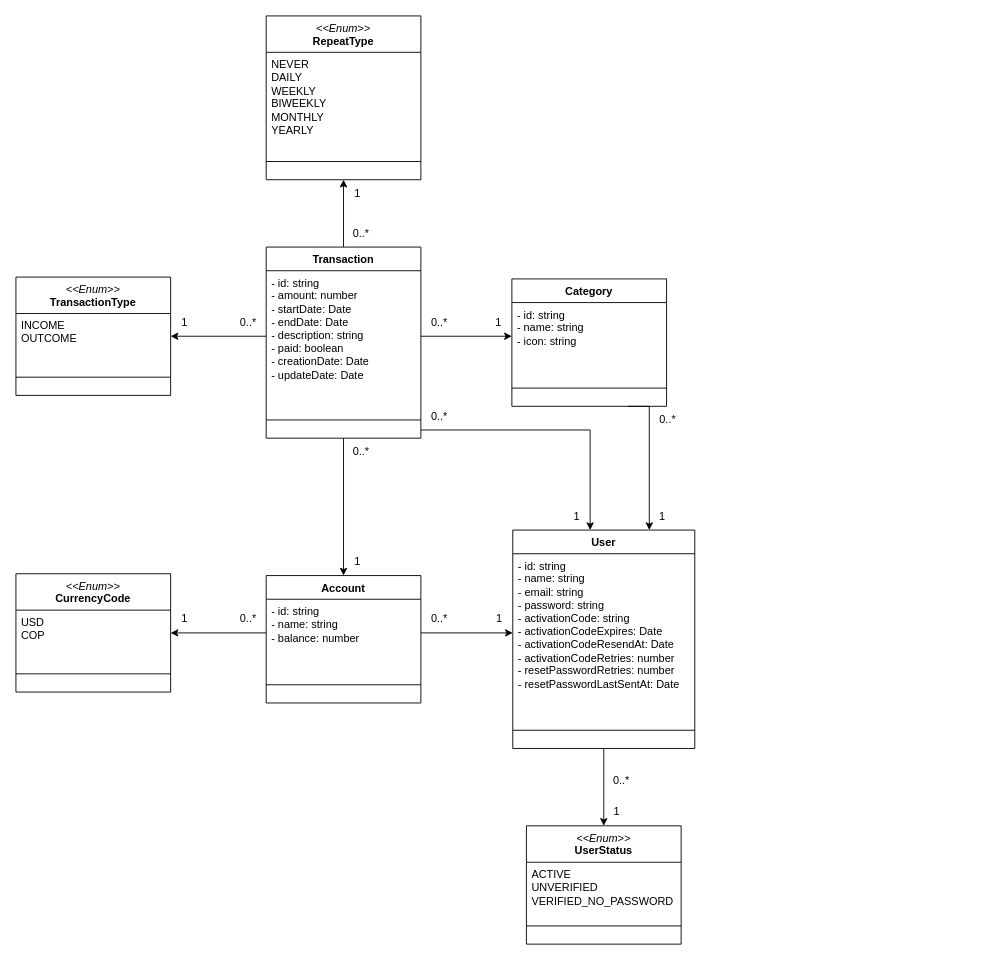
Earlier version of the draw.io diagram docs/budget.drawio (acastillo9/budget-api). Source tidied: cells renumbered, new cells numbered last; positions are measured from the earlier drawing's top-left corner, leaving out a move shared by most shapes. Both pictures are drawn from the tidied source at 91%, with x=0, y=0 at pixel (15, 15).
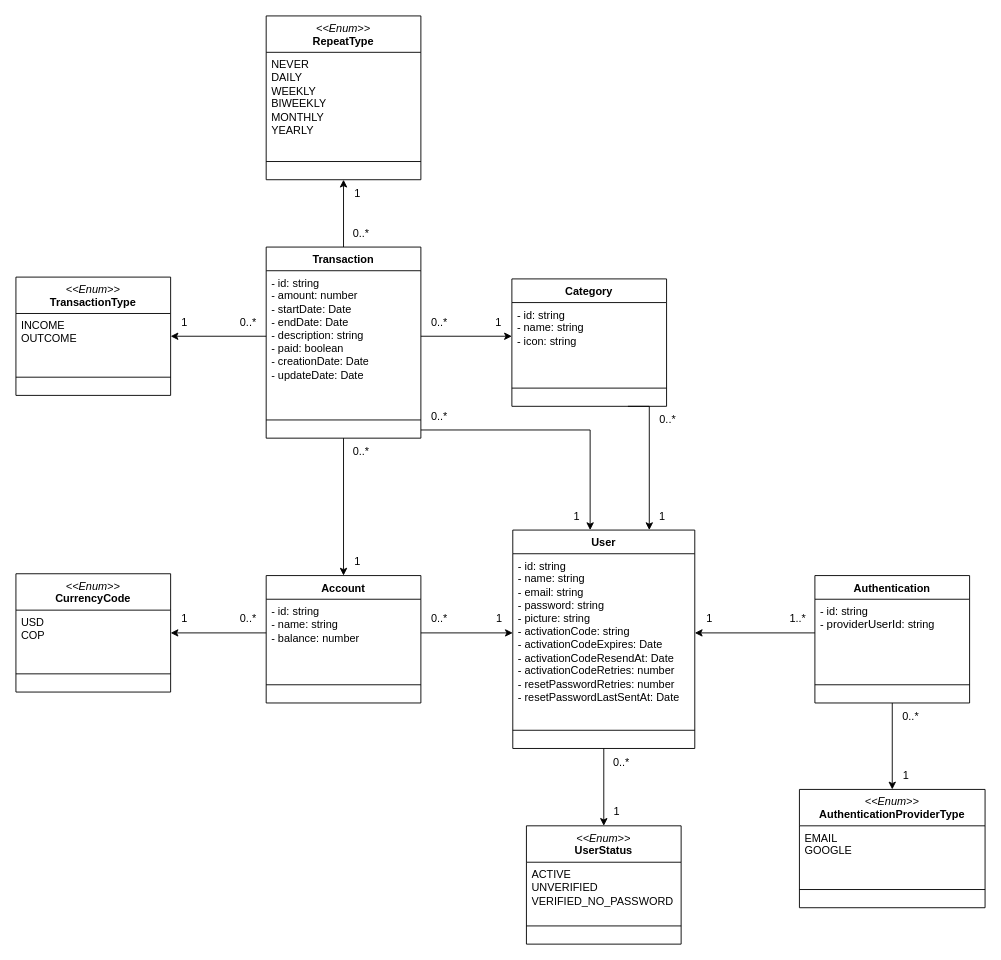
The same page after the edit.

The change refers to these unchanged cells:
```xml
<mxCell id="36" value="User" style="swimlane;fontStyle=1;align=center;verticalAlign=top;horizontal=1;startSize=26;whiteSpace=wrap;html=1;" parent="1" vertex="1">
  <mxGeometry x="546" y="565" width="200" height="240" as="geometry" />
</mxCell>
```

What changed in the source:
```diff
@@
-    <mxCell id="37" value="- id: string&lt;div&gt;- name: string&lt;br&gt;&lt;div&gt;- email: string&lt;/div&gt;&lt;div&gt;- password: string&lt;/div&gt;&lt;/div&gt;&lt;div&gt;- activationCode: string&lt;/div&gt;&lt;div&gt;- activationCodeExpires: Date&lt;/div&gt;&lt;div&gt;- activationCodeResendAt: Date&lt;/div&gt;&lt;div&gt;- activationCodeRetries: number&lt;/div&gt;&lt;div&gt;- resetPasswordRetries: number&lt;/div&gt;&lt;div&gt;-&amp;nbsp;resetPasswordLastSentAt: Date&lt;/div&gt;" style="text;strokeColor=none;fillColor=none;align=left;verticalAlign=top;spacingLeft=4;spacingRight=4;overflow=hidden;points=[[0,0.5],[1,0.5]];portConstraint=eastwest;whiteSpace=wrap;html=1;" parent="36" vertex="1">
+    <mxCell id="37" value="- id: string&lt;div&gt;- name: string&lt;br&gt;&lt;div&gt;- email: string&lt;/div&gt;&lt;div&gt;- password: string&lt;/div&gt;&lt;/div&gt;&lt;div&gt;- picture: string&lt;/div&gt;&lt;div&gt;- activationCode: string&lt;/div&gt;&lt;div&gt;- activationCodeExpires: Date&lt;/div&gt;&lt;div&gt;- activationCodeResendAt: Date&lt;/div&gt;&lt;div&gt;- activationCodeRetries: number&lt;/div&gt;&lt;div&gt;- resetPasswordRetries: number&lt;/div&gt;&lt;div&gt;-&amp;nbsp;resetPasswordLastSentAt: Date&lt;/div&gt;" style="text;strokeColor=none;fillColor=none;align=left;verticalAlign=top;spacingLeft=4;spacingRight=4;overflow=hidden;points=[[0,0.5],[1,0.5]];portConstraint=eastwest;whiteSpace=wrap;html=1;" parent="36" vertex="1">
       <mxGeometry y="26" width="200" height="174" as="geometry" />
     </mxCell>
@@
     <mxCell id="50" value="0..*" style="text;html=1;align=center;verticalAlign=middle;strokeColor=none;fillColor=none;" parent="1" vertex="1">
-      <mxGeometry x="645" y="825" width="40" height="30" as="geometry" />
+      <mxGeometry x="645" y="806" width="40" height="30" as="geometry" />
     </mxCell>
@@
+    <mxCell id="53" style="edgeStyle=orthogonalEdgeStyle;rounded=0;jettySize=auto;html=1;entryX=0.5;entryY=0;entryDx=0;entryDy=0;" parent="1" edge="1" source="54" target="57">
+      <mxGeometry relative="1" as="geometry" />
+    </mxCell>
+    <mxCell id="54" value="Authentication" style="swimlane;fontStyle=1;align=center;verticalAlign=top;horizontal=1;startSize=26;whiteSpace=wrap;html=1;" parent="1" vertex="1">
+      <mxGeometry x="878" y="615" width="170" height="140" as="geometry" />
+    </mxCell>
+    <mxCell id="55" value="- id: string&lt;div&gt;&lt;div&gt;-&amp;nbsp;&lt;span style=&quot;font-family: var(--ds-font-family-code); font-size: 12.573px; background-color: transparent; color: light-dark(rgb(0, 0, 0), rgb(255, 255, 255));&quot;&gt;providerUserId&lt;/span&gt;&lt;span style=&quot;background-color: transparent; color: light-dark(rgb(0, 0, 0), rgb(255, 255, 255));&quot;&gt;: string&lt;/span&gt;&lt;br&gt;&lt;/div&gt;&lt;/div&gt;" style="text;strokeColor=none;fillColor=none;align=left;verticalAlign=top;spacingLeft=4;spacingRight=4;overflow=hidden;points=[[0,0.5],[1,0.5]];portConstraint=eastwest;whiteSpace=wrap;html=1;" parent="54" vertex="1">
+      <mxGeometry y="26" width="170" height="74" as="geometry" />
+    </mxCell>
+    <mxCell id="56" style="line;strokeWidth=1;fillColor=none;align=left;verticalAlign=middle;spacingTop=-1;spacingLeft=3;spacingRight=3;labelPosition=right;strokeColor=inherit;" parent="54" vertex="1">
+      <mxGeometry y="100" width="170" height="40" as="geometry" />
+    </mxCell>
+    <mxCell id="57" value="&lt;div&gt;&lt;i style=&quot;font-weight: 400;&quot;&gt;&amp;lt;&amp;lt;Enum&amp;gt;&amp;gt;&lt;/i&gt;&lt;br&gt;&lt;/div&gt;Authentication&lt;span style=&quot;background-color: transparent; color: light-dark(rgb(0, 0, 0), rgb(255, 255, 255));&quot;&gt;ProviderType&lt;/span&gt;" style="swimlane;fontStyle=1;align=center;verticalAlign=top;horizontal=1;startSize=40;whiteSpace=wrap;html=1;" parent="1" vertex="1">
+      <mxGeometry x="861" y="850" width="204" height="130" as="geometry" />
+    </mxCell>
+    <mxCell id="58" value="&lt;div&gt;EMAIL&lt;/div&gt;&lt;div&gt;GOOGLE&lt;/div&gt;" style="text;strokeColor=none;fillColor=none;align=left;verticalAlign=top;spacingLeft=4;spacingRight=4;overflow=hidden;whiteSpace=wrap;html=1;" parent="57" vertex="1">
+      <mxGeometry y="40" width="204" height="50" as="geometry" />
+    </mxCell>
+    <mxCell id="59" style="line;strokeWidth=1;fillColor=none;align=left;verticalAlign=middle;spacingTop=-1;spacingLeft=3;spacingRight=3;labelPosition=right;strokeColor=inherit;" parent="57" vertex="1">
+      <mxGeometry y="90" width="204" height="40" as="geometry" />
+    </mxCell>
+    <mxCell id="60" value="1" style="text;html=1;align=center;verticalAlign=middle;strokeColor=none;fillColor=none;" parent="1" vertex="1">
+      <mxGeometry x="963" y="820" width="30" height="30" as="geometry" />
+    </mxCell>
+    <mxCell id="61" value="0..*" style="text;html=1;align=center;verticalAlign=middle;strokeColor=none;fillColor=none;" parent="1" vertex="1">
+      <mxGeometry x="963" y="755" width="40" height="30" as="geometry" />
+    </mxCell>
+    <mxCell id="62" style="edgeStyle=orthogonalEdgeStyle;rounded=0;jettySize=auto;html=1;exitX=0;exitY=0.5;exitDx=0;exitDy=0;entryX=1;entryY=0.5;entryDx=0;entryDy=0;" parent="1" edge="1" source="55" target="37">
+      <mxGeometry relative="1" as="geometry" />
+    </mxCell>
+    <mxCell id="63" value="1" style="text;html=1;align=center;verticalAlign=middle;strokeColor=none;fillColor=none;" parent="1" vertex="1">
+      <mxGeometry x="747" y="648" width="30" height="30" as="geometry" />
+    </mxCell>
+    <mxCell id="64" value="1..*" style="text;html=1;align=center;verticalAlign=middle;strokeColor=none;fillColor=none;" parent="1" vertex="1">
+      <mxGeometry x="839" y="648" width="40" height="30" as="geometry" />
+    </mxCell>
```
